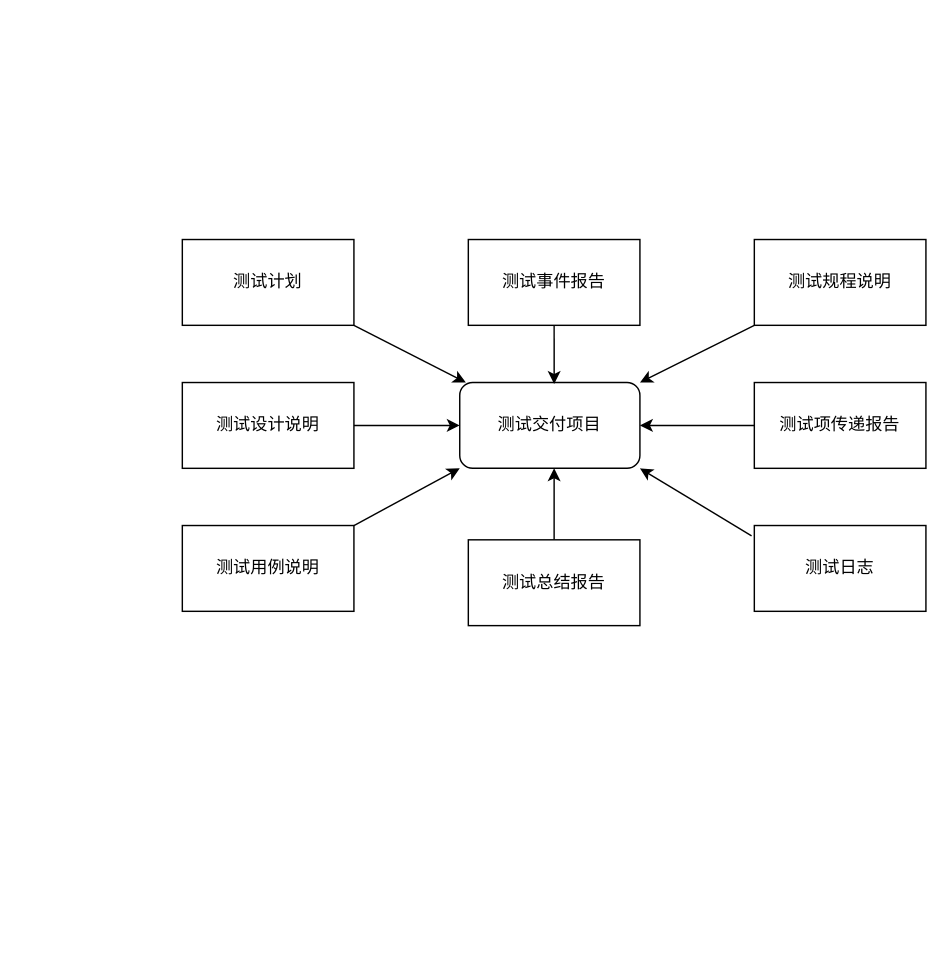
The draw.io diagram 未命名绘图.drawio in Ternaryisboos/Test_to1, before the edit. Source tidied: cells renumbered, new cells numbered last; positions are measured from the earlier drawing's top-left corner, leaving out a move shared by most shapes. Both pictures are drawn from the tidied source at 143%, with x=0, y=0 at pixel (182, 239).
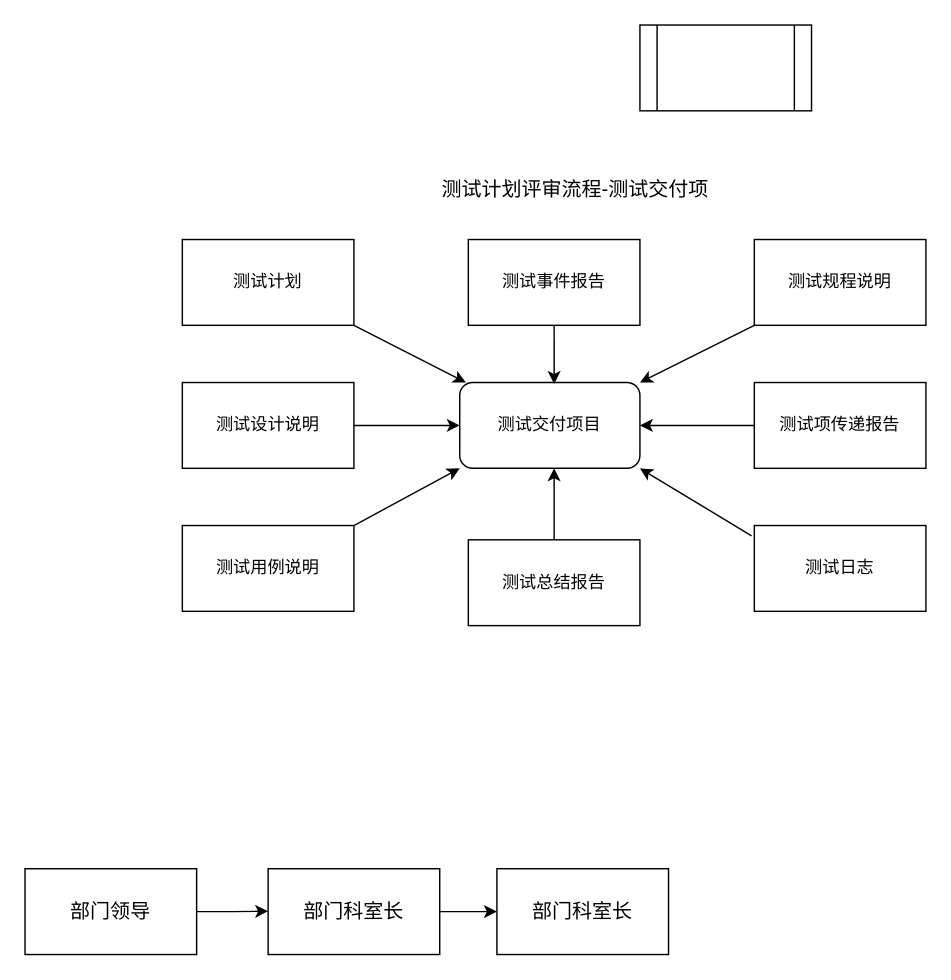
The same page after the edit.

Change to the diagram source:
```diff
@@
+    <mxCell id="19" value="&lt;font style=&quot;font-size: 14px;&quot;&gt;测试计划评审流程-测试交付项&lt;/font&gt;" style="text;html=1;strokeColor=none;fillColor=none;align=center;verticalAlign=middle;whiteSpace=wrap;rounded=0;" parent="1" vertex="1">
+      <mxGeometry x="180" y="-50" width="190" height="30" as="geometry" />
+    </mxCell>
+    <mxCell id="20" style="shape=process;whiteSpace=wrap;html=1;backgroundOutline=1;fontSize=14;" parent="1" vertex="1">
+      <mxGeometry x="320" y="-150" width="120" height="60" as="geometry" />
+    </mxCell>
+    <mxCell id="21" style="edgeStyle=orthogonalEdgeStyle;rounded=0;jettySize=auto;html=1;exitX=1;exitY=0.5;exitDx=0;exitDy=0;fontSize=14;" parent="1" edge="1" source="22">
+      <mxGeometry relative="1" as="geometry">
+        <mxPoint x="60" y="469.7" as="targetPoint" />
+      </mxGeometry>
+    </mxCell>
+    <mxCell id="22" value="部门领导" style="rounded=0;whiteSpace=wrap;html=1;fontSize=14;" parent="1" vertex="1">
+      <mxGeometry x="-110" y="440" width="120" height="60" as="geometry" />
+    </mxCell>
+    <mxCell id="23" style="edgeStyle=orthogonalEdgeStyle;rounded=0;jettySize=auto;html=1;exitX=1;exitY=0.5;exitDx=0;exitDy=0;fontSize=14;" parent="1" edge="1" source="24">
+      <mxGeometry relative="1" as="geometry">
+        <mxPoint x="220" y="470" as="targetPoint" />
+      </mxGeometry>
+    </mxCell>
+    <mxCell id="24" value="部门科室长" style="rounded=0;whiteSpace=wrap;html=1;fontSize=14;" parent="1" vertex="1">
+      <mxGeometry x="60" y="440" width="120" height="60" as="geometry" />
+    </mxCell>
+    <mxCell id="25" value="部门科室长" style="rounded=0;whiteSpace=wrap;html=1;fontSize=14;" parent="1" vertex="1">
+      <mxGeometry x="220" y="440" width="120" height="60" as="geometry" />
+    </mxCell>
```
